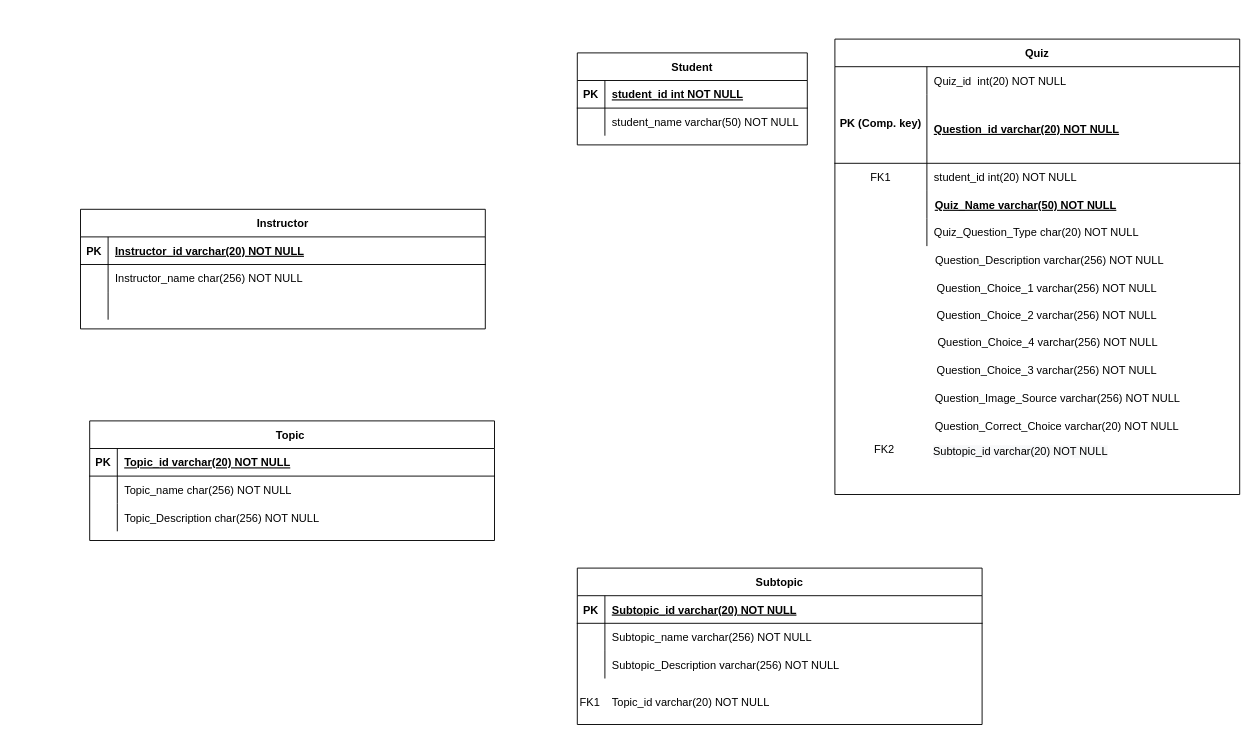
Before: page "Page-1" (1 of 3) of Assessment_1.drawio in ahmadanwar93/SET-Day-20, a draw.io diagram. Source tidied: cells renumbered, new cells numbered last; positions are measured from the earlier drawing's top-left corner, leaving out a move shared by most shapes. Both pictures are drawn from the tidied source at 92%, with x=0, y=0 at pixel (80, 39).
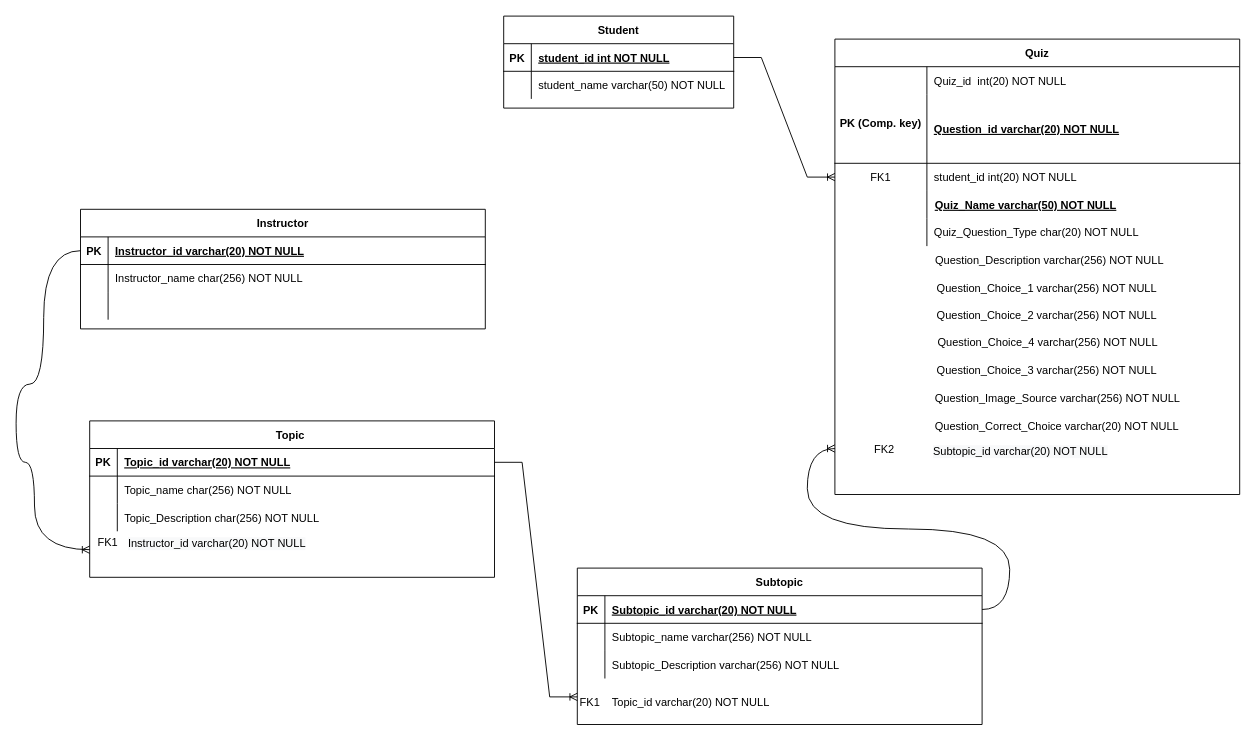
Above is the later version.

The change refers to these unchanged cells:
```xml
<mxCell id="9" style="shape=partialRectangle;fillColor=none;points=[[0,0.5],[1,0.5]];portConstraint=eastwest;top=0;left=0;right=0;bottom=0;" parent="2" vertex="1">
  <mxGeometry y="135" width="440" height="30" as="geometry" />
</mxCell>
<mxCell id="19" style="shape=partialRectangle;fillColor=none;points=[[0,0.5],[1,0.5]];portConstraint=eastwest;top=0;left=0;right=0;bottom=1;" parent="18" vertex="1">
  <mxGeometry y="30" width="250" height="30" as="geometry" />
</mxCell>
<mxCell id="33" style="shape=partialRectangle;fillColor=none;points=[[0,0.5],[1,0.5]];portConstraint=eastwest;top=0;left=0;right=0;bottom=1;" parent="32" vertex="1">
  <mxGeometry y="30" width="440" height="30" as="geometry" />
</mxCell>
<mxCell id="43" style="shape=partialRectangle;fillColor=none;points=[[0,0.5],[1,0.5]];portConstraint=eastwest;top=0;left=0;right=0;bottom=1;" parent="42" vertex="1">
  <mxGeometry y="30" width="440" height="30" as="geometry" />
</mxCell>
<mxCell id="53" style="shape=partialRectangle;fillColor=none;points=[[0,0.5],[1,0.5]];portConstraint=eastwest;top=0;left=0;right=0;bottom=1;" parent="52" vertex="1">
  <mxGeometry y="30" width="440" height="30" as="geometry" />
</mxCell>
```

The edit, as a diff of the source:
```diff
@@
     <mxCell id="18" value="Student" style="shape=table;startSize=30;childLayout=tableLayout;rowLines=0;fontStyle=1;align=center;" parent="1" vertex="1">
-      <mxGeometry x="540" y="15" width="250" height="100" as="geometry" />
+      <mxGeometry x="460" y="-25" width="250" height="100" as="geometry" />
     </mxCell>
@@
     <mxCell id="42" value="Topic " style="shape=table;startSize=30;childLayout=tableLayout;rowLines=0;fontStyle=1;align=center;" parent="1" vertex="1">
-      <mxGeometry x="10" y="415" width="440" height="130" as="geometry" />
+      <mxGeometry x="10" y="415" width="440" height="170" as="geometry" />
     </mxCell>
@@
+    <mxCell id="67" value="&lt;span style=&quot;color: rgb(0 , 0 , 0) ; font-family: &amp;#34;helvetica&amp;#34; ; font-size: 12px ; font-style: normal ; letter-spacing: normal ; text-align: left ; text-indent: 0px ; text-transform: none ; word-spacing: 0px ; background-color: rgb(248 , 249 , 250) ; display: inline ; float: none&quot;&gt;Instructor_id varchar(20) NOT NULL&lt;/span&gt;" style="text;whiteSpace=wrap;html=1;" parent="1" vertex="1">
+      <mxGeometry x="50" y="535" width="230" height="30" as="geometry" />
+    </mxCell>
+    <mxCell id="68" value="FK1" style="text;html=1;strokeColor=none;fillColor=none;align=center;verticalAlign=middle;whiteSpace=wrap;rounded=0;" parent="1" vertex="1">
+      <mxGeometry x="10" y="533" width="40" height="30" as="geometry" />
+    </mxCell>
+    <mxCell id="69" style="edgeStyle=entityRelationEdgeStyle;fontSize=12;html=1;endArrow=ERoneToMany;rounded=0;entryX=0;entryY=0.5;entryDx=0;entryDy=0;exitX=1;exitY=0.5;exitDx=0;exitDy=0;" parent="1" edge="1" source="19" target="9">
+      <mxGeometry relative="1" as="geometry" />
+    </mxCell>
+    <mxCell id="70" style="edgeStyle=entityRelationEdgeStyle;fontSize=12;html=1;endArrow=ERoneToMany;rounded=0;exitX=1;exitY=0.5;exitDx=0;exitDy=0;" parent="1" edge="1" source="43">
+      <mxGeometry relative="1" as="geometry">
+        <mxPoint x="540" y="715" as="targetPoint" />
+      </mxGeometry>
+    </mxCell>
+    <mxCell id="71" style="edgeStyle=orthogonalEdgeStyle;fontSize=12;html=1;endArrow=ERoneToMany;rounded=0;exitX=0;exitY=0.5;exitDx=0;exitDy=0;curved=1;" parent="1" edge="1" source="53" target="68">
+      <mxGeometry relative="1" as="geometry">
+        <Array as="points">
+          <mxPoint x="-40" y="230" />
+          <mxPoint x="-40" y="375" />
+          <mxPoint x="-70" y="375" />
+          <mxPoint x="-70" y="460" />
+          <mxPoint x="-50" y="460" />
+          <mxPoint x="-50" y="555" />
+        </Array>
+      </mxGeometry>
+    </mxCell>
+    <mxCell id="72" style="edgeStyle=entityRelationEdgeStyle;fontSize=12;html=1;endArrow=ERoneToMany;rounded=0;curved=1;exitX=1;exitY=0.5;exitDx=0;exitDy=0;" parent="1" edge="1" source="33">
+      <mxGeometry relative="1" as="geometry">
+        <mxPoint x="820" y="445" as="targetPoint" />
+      </mxGeometry>
+    </mxCell>
```
